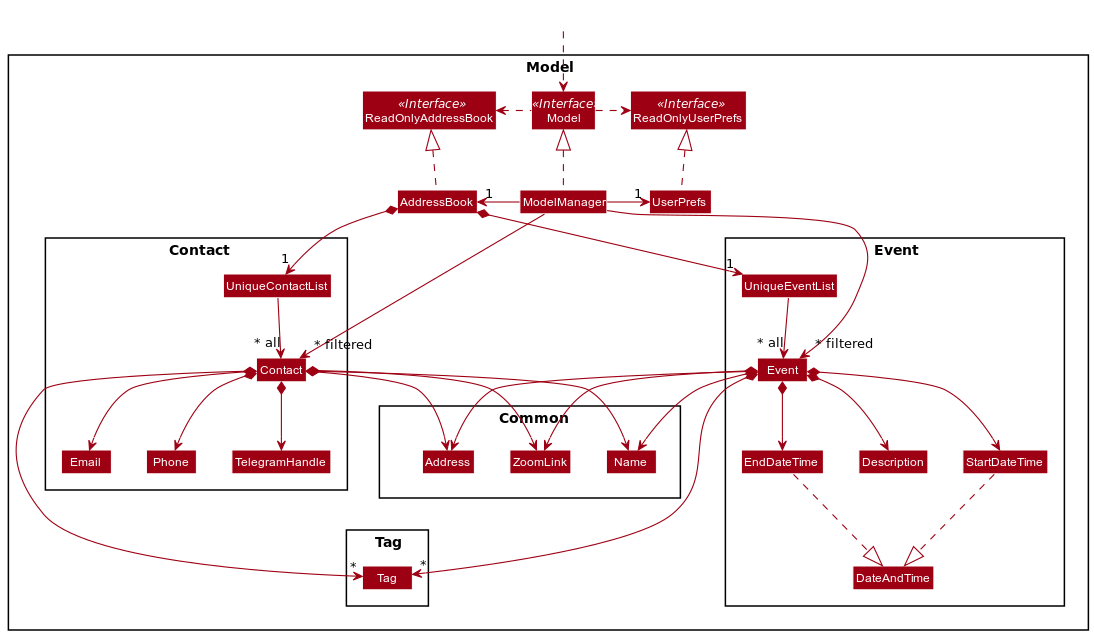
Above: docs/images/ModelClassDiagram.png in xiangjunn/tp (PlantUML), before the change. Its source is kept beside it as docs/diagrams/ModelClassDiagram.puml.
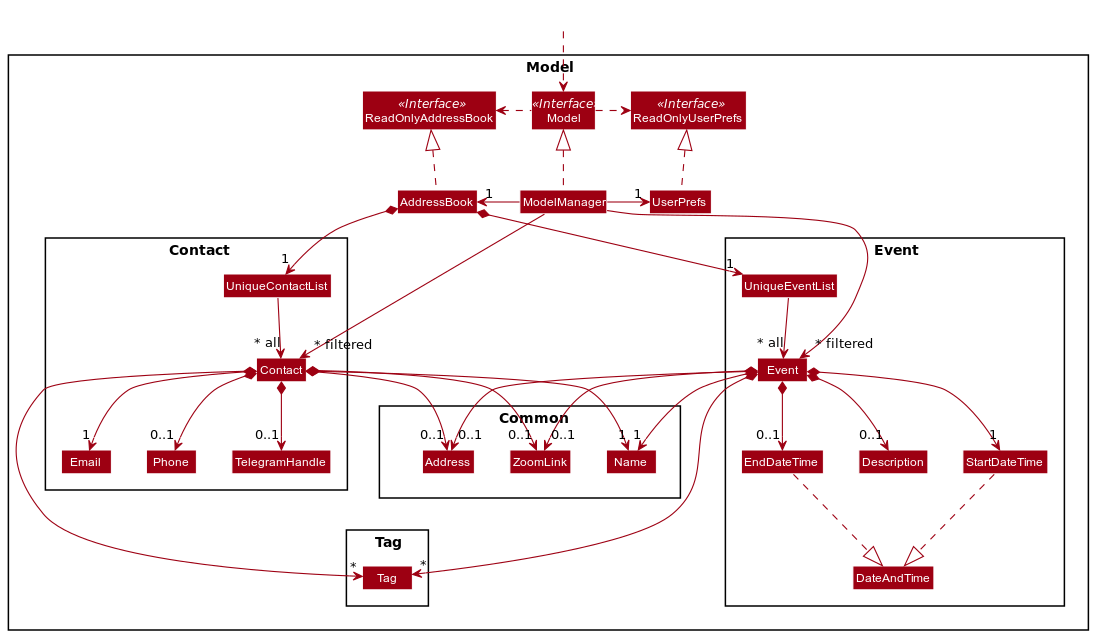
The same diagram one commit later.

Commit message:
Add multiplicities to Model diagram

Diff of the diagram source:
```diff
@@ -58,12 +58,12 @@
 
 AddressBook *--> "1" UniqueContactList
 UniqueContactList --> "~* all" Contact
-Contact *--> Name
-Contact *--> Phone
-Contact *--> Email
-Contact *--> Address
-Contact *--> ZoomLink
-Contact *--> TelegramHandle
+Contact *--> "1" Name
+Contact *--> "0..1" Phone
+Contact *--> "1" Email
+Contact *--> "0..1" Address
+Contact *--> "0..1" ZoomLink
+Contact *--> "0..1" TelegramHandle
 Contact *--> "*" Tag
 
 StartDateTime .down.|> DateAndTime
@@ -71,12 +71,12 @@
 
 AddressBook *--> "1" UniqueEventList
 UniqueEventList --> "~* all" Event
-Event *--> Name
-Event *--> Address
-Event *--> ZoomLink
-Event *--> Description
-Event *--> StartDateTime
-Event *--> EndDateTime
+Event *--> "1" Name
+Event *--> "0..1" Address
+Event *--> "0..1" ZoomLink
+Event *--> "0..1" Description
+Event *--> "1" StartDateTime
+Event *--> "0..1" EndDateTime
 Event *--> "*" Tag
 
 Tag -up[hidden]- Common
```
